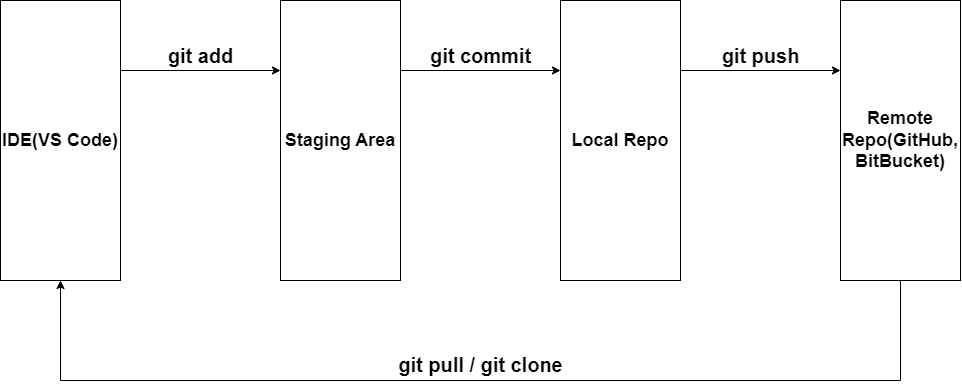
Earlier version of the draw.io export images/git_stages.png (kvsabhishek/Devops). Source tidied: cells renumbered, new cells last; positions are measured from the earlier drawing's top-left corner, leaving out a move shared by most shapes.
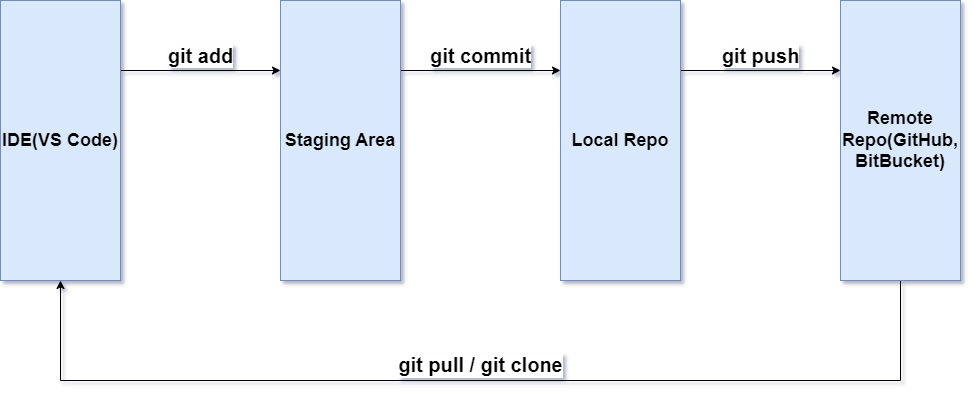
The same diagram one commit later.

The edit, as a diff of the source:
```diff
@@ -1,23 +1,23 @@
-<mxGraphModel>
+<mxGraphModel background="#FFFFFF" shadow="1">
   <root>
     <mxCell id="0" />
     <mxCell id="1" parent="0" />
     <mxCell id="2" value="git add" style="edgeStyle=orthogonalEdgeStyle;rounded=0;jettySize=auto;html=1;exitX=1;exitY=0.25;exitDx=0;exitDy=0;entryX=0;entryY=0.25;entryDx=0;entryDy=0;fontSize=20;verticalAlign=bottom;fontStyle=1;" parent="1" edge="1" source="3" target="5">
       <mxGeometry relative="1" as="geometry" />
     </mxCell>
-    <mxCell id="3" value="&lt;b&gt;&lt;font style=&quot;font-size: 18px;&quot;&gt;IDE(VS Code)&lt;/font&gt;&lt;/b&gt;" style="rounded=0;whiteSpace=wrap;html=1;" parent="1" vertex="1">
+    <mxCell id="3" value="&lt;b&gt;&lt;font style=&quot;font-size: 18px;&quot;&gt;IDE(VS Code)&lt;/font&gt;&lt;/b&gt;" style="rounded=0;whiteSpace=wrap;html=1;fillColor=#dae8fc;strokeColor=#6c8ebf;" parent="1" vertex="1">
       <mxGeometry width="120" height="280" as="geometry" />
     </mxCell>
     <mxCell id="4" value="git commit" style="edgeStyle=orthogonalEdgeStyle;rounded=0;jettySize=auto;html=1;exitX=1;exitY=0.25;exitDx=0;exitDy=0;entryX=0;entryY=0.25;entryDx=0;entryDy=0;fontSize=20;fontStyle=1;verticalAlign=bottom;" parent="1" edge="1" source="5" target="7">
       <mxGeometry relative="1" as="geometry" />
     </mxCell>
-    <mxCell id="5" value="&lt;font size=&quot;1&quot; style=&quot;&quot;&gt;&lt;b style=&quot;font-size: 18px;&quot;&gt;Staging Area&lt;/b&gt;&lt;/font&gt;" style="rounded=0;whiteSpace=wrap;html=1;" parent="1" vertex="1">
+    <mxCell id="5" value="&lt;font size=&quot;1&quot; style=&quot;&quot;&gt;&lt;b style=&quot;font-size: 18px;&quot;&gt;Staging Area&lt;/b&gt;&lt;/font&gt;" style="rounded=0;whiteSpace=wrap;html=1;fillColor=#dae8fc;strokeColor=#6c8ebf;" parent="1" vertex="1">
       <mxGeometry x="280" width="120" height="280" as="geometry" />
     </mxCell>
     <mxCell id="6" value="&lt;b&gt;&lt;font style=&quot;font-size: 20px;&quot;&gt;git push&lt;/font&gt;&lt;/b&gt;" style="edgeStyle=orthogonalEdgeStyle;rounded=0;jettySize=auto;html=1;exitX=1;exitY=0.25;exitDx=0;exitDy=0;entryX=0;entryY=0.25;entryDx=0;entryDy=0;verticalAlign=bottom;" parent="1" edge="1" source="7" target="9">
       <mxGeometry relative="1" as="geometry" />
     </mxCell>
-    <mxCell id="7" value="&lt;font size=&quot;1&quot; style=&quot;&quot;&gt;&lt;b style=&quot;font-size: 18px;&quot;&gt;Local Repo&lt;/b&gt;&lt;/font&gt;" style="rounded=0;whiteSpace=wrap;html=1;" parent="1" vertex="1">
+    <mxCell id="7" value="&lt;font size=&quot;1&quot; style=&quot;&quot;&gt;&lt;b style=&quot;font-size: 18px;&quot;&gt;Local Repo&lt;/b&gt;&lt;/font&gt;" style="rounded=0;whiteSpace=wrap;html=1;fillColor=#dae8fc;strokeColor=#6c8ebf;" parent="1" vertex="1">
       <mxGeometry x="560" width="120" height="280" as="geometry" />
     </mxCell>
     <mxCell id="8" value="&lt;font style=&quot;font-size: 20px;&quot;&gt;git pull / git clone&lt;/font&gt;" style="edgeStyle=orthogonalEdgeStyle;rounded=0;jettySize=auto;html=1;exitX=0.5;exitY=1;exitDx=0;exitDy=0;fontStyle=1;fontSize=19;verticalAlign=bottom;entryX=0.5;entryY=1;entryDx=0;entryDy=0;" parent="1" edge="1" source="9" target="3">
@@ -28,7 +28,7 @@
         </Array>
       </mxGeometry>
     </mxCell>
-    <mxCell id="9" value="&lt;font style=&quot;font-size: 18px;&quot;&gt;&lt;b style=&quot;font-size: 18px;&quot;&gt;Remote Repo(GitHub, BitBucket)&lt;/b&gt;&lt;/font&gt;" style="rounded=0;whiteSpace=wrap;html=1;align=center;fontSize=18;" parent="1" vertex="1">
+    <mxCell id="9" value="&lt;font style=&quot;font-size: 18px;&quot;&gt;&lt;b style=&quot;font-size: 18px;&quot;&gt;Remote Repo(GitHub, BitBucket)&lt;/b&gt;&lt;/font&gt;" style="rounded=0;whiteSpace=wrap;html=1;align=center;fontSize=18;fillColor=#dae8fc;strokeColor=#6c8ebf;" parent="1" vertex="1">
       <mxGeometry x="840" width="120" height="280" as="geometry" />
     </mxCell>
   </root>
```
